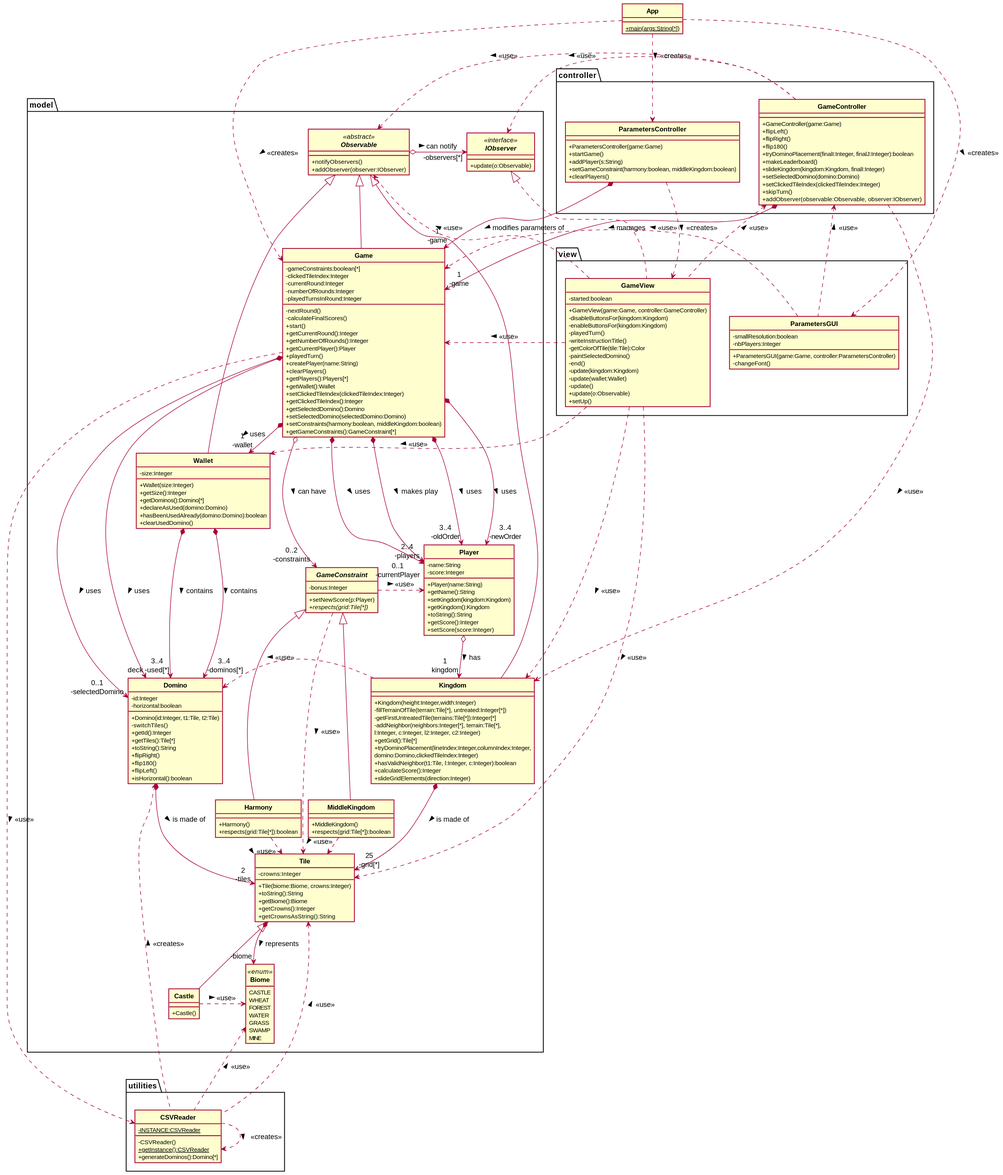
Before: rendu2/dc.svg, a diagram exported from PlantUML (BaptisteWetterwald/dut-a31-kingdomino).
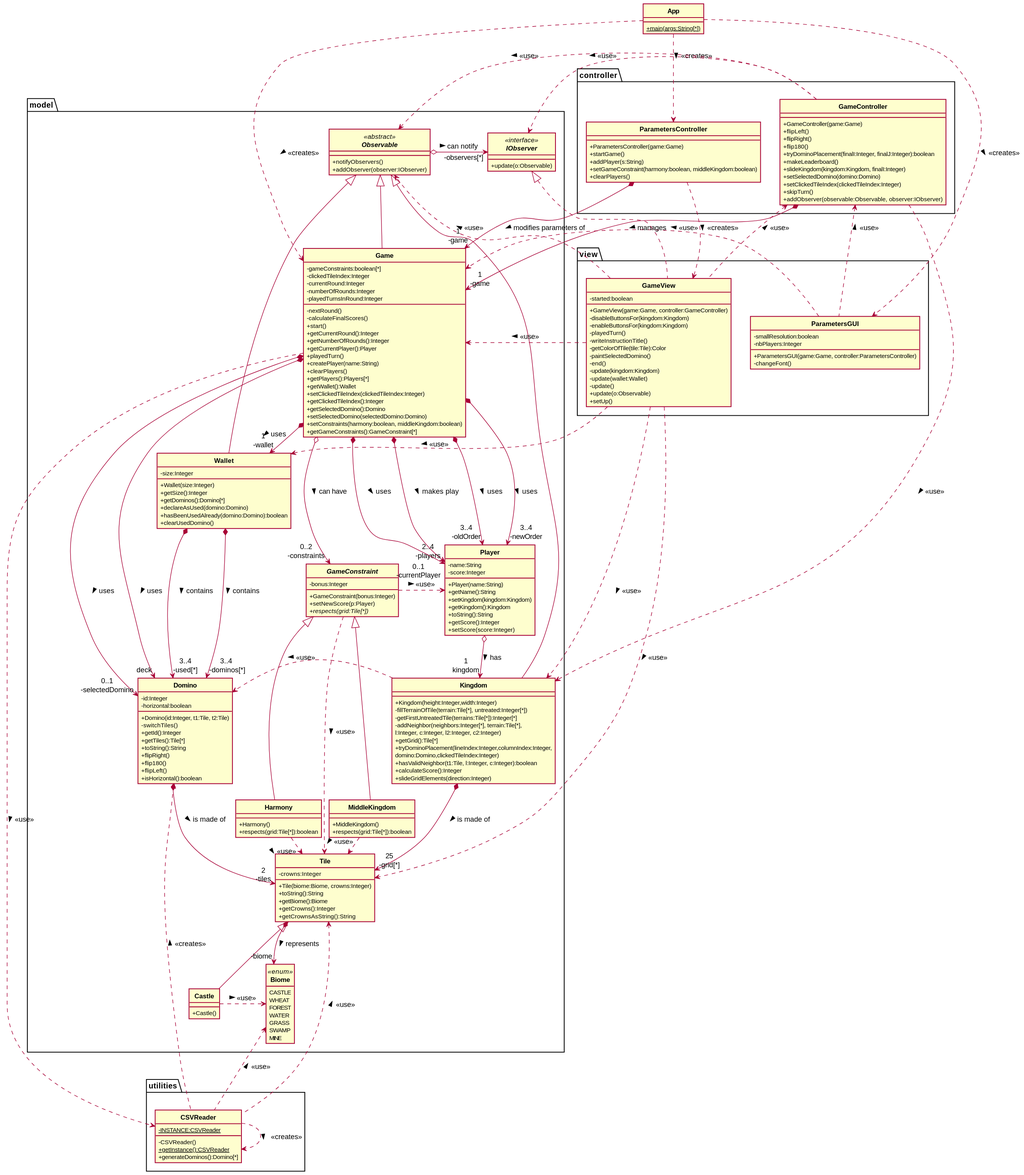
Above is the later version.

What changed in the source:
```diff
@@ -70,6 +70,7 @@
 
     abstract class GameConstraint
     {
+        +GameConstraint(bonus:Integer)
         -bonus:Integer
         +setNewScore(p:Player)
         +{abstract} respects(grid:Tile[*])
```
